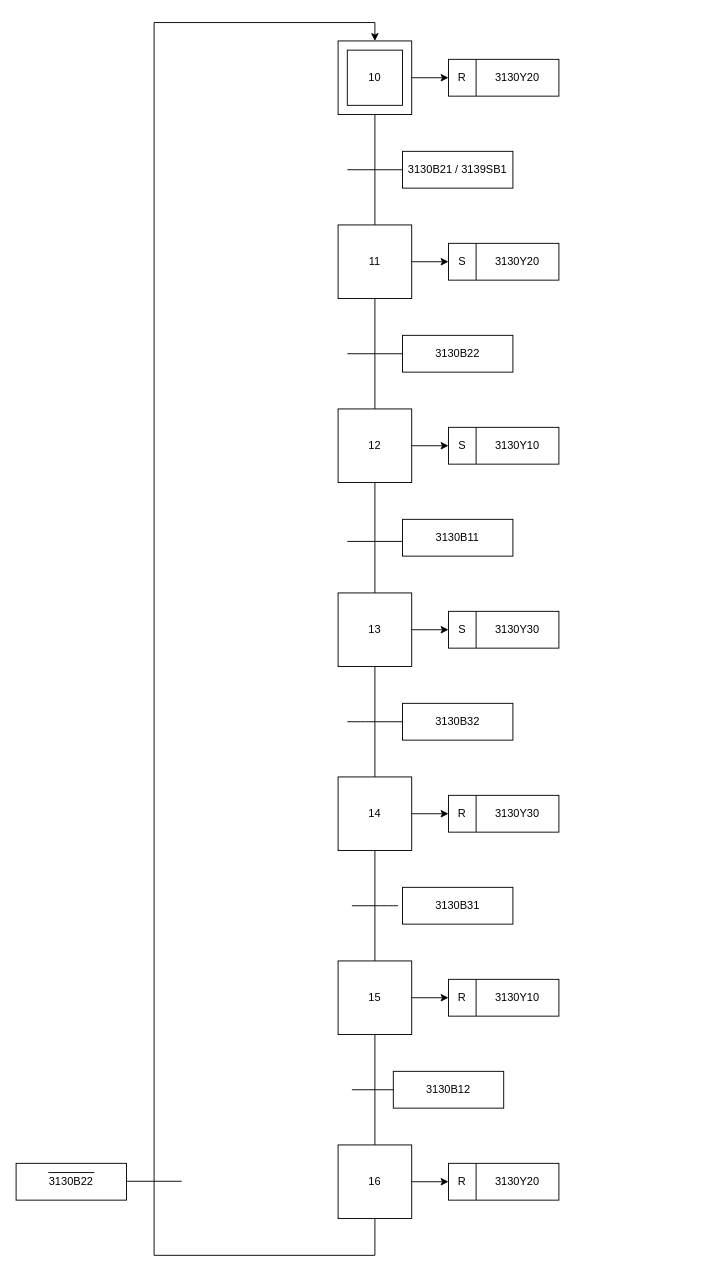
Before: project/docs/source/lines/line31/2020_2021/Grafcets/Estacao_30/PLC39 GRAFCET.drawio in FS45/fabiosanto-documentacao, a draw.io diagram. Source tidied: cells renumbered, new cells numbered last; positions are measured from the earlier drawing's top-left corner, leaving out a move shared by most shapes. Both pictures are drawn from the tidied source at 92%, with x=0, y=0 at pixel (16, 22).
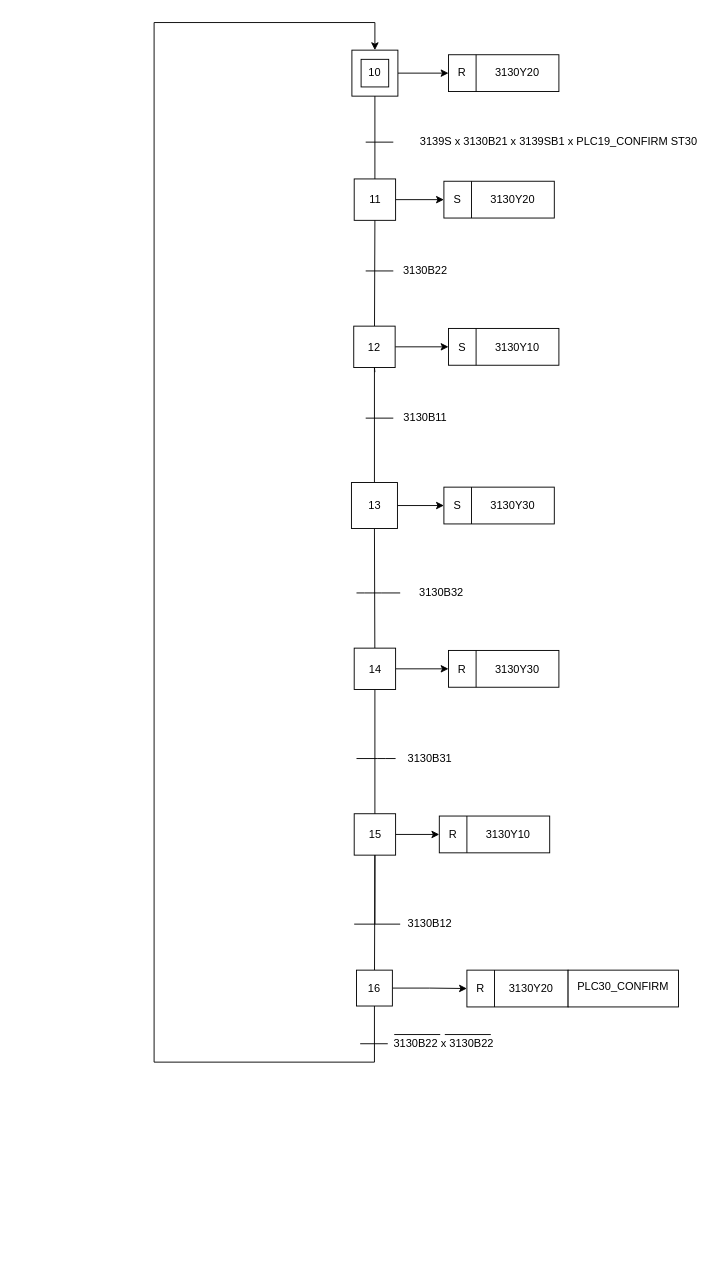
The same diagram, later.

The edit, as a diff of the source:
```diff
@@
     <mxCell id="3" style="whiteSpace=wrap;html=1;" parent="1" vertex="1">
-      <mxGeometry x="350" y="20" width="80" height="80" as="geometry" />
+      <mxGeometry x="365" y="30" width="50" height="50" as="geometry" />
     </mxCell>
     <mxCell id="4" value="10" style="whiteSpace=wrap;html=1;" parent="1" vertex="1">
-      <mxGeometry x="360" y="30" width="60" height="60" as="geometry" />
+      <mxGeometry x="375" y="40" width="30" height="30" as="geometry" />
     </mxCell>
     <mxCell id="5" style="endArrow=none;html=1;entryX=0.5;entryY=1;entryDx=0;entryDy=0;" parent="1" edge="1" target="3">
       <mxGeometry relative="1" as="geometry">
-        <mxPoint x="390" y="220" as="sourcePoint" />
+        <mxPoint x="390" y="190" as="sourcePoint" />
       </mxGeometry>
     </mxCell>
     <mxCell id="6" style="endArrow=none;html=1;" parent="1" edge="1">
       <mxGeometry relative="1" as="geometry">
-        <mxPoint x="360" y="160" as="sourcePoint" />
-        <mxPoint x="420" y="160" as="targetPoint" />
+        <mxPoint x="380" y="130" as="sourcePoint" />
+        <mxPoint x="410" y="130" as="targetPoint" />
       </mxGeometry>
     </mxCell>
@@
     <mxCell id="8" value="11" style="whiteSpace=wrap;html=1;" parent="1" vertex="1">
-      <mxGeometry x="350" y="220" width="80" height="80" as="geometry" />
+      <mxGeometry x="367.5" y="170" width="45" height="45" as="geometry" />
     </mxCell>
-    <mxCell id="9" style="endArrow=none;html=1;entryX=0.5;entryY=1;entryDx=0;entryDy=0;" parent="1" edge="1" target="8">
-      <mxGeometry relative="1" as="geometry">
-        <mxPoint x="390" y="420" as="sourcePoint" />
-      </mxGeometry>
+    <mxCell id="9" style="endArrow=none;html=1;entryX=0.5;entryY=1;entryDx=0;entryDy=0;startArrow=none;" parent="1" edge="1" source="12" target="8">
+      <mxGeometry relative="1" as="geometry" />
     </mxCell>
     <mxCell id="10" style="endArrow=none;html=1;" parent="1" edge="1">
       <mxGeometry relative="1" as="geometry">
-        <mxPoint x="360" y="360" as="sourcePoint" />
-        <mxPoint x="420" y="360" as="targetPoint" />
+        <mxPoint x="380" y="270" as="sourcePoint" />
+        <mxPoint x="410" y="270" as="targetPoint" />
       </mxGeometry>
     </mxCell>
@@
-    <mxCell id="12" value="12" style="whiteSpace=wrap;html=1;" parent="1" vertex="1">
-      <mxGeometry x="350" y="420" width="80" height="80" as="geometry" />
-    </mxCell>
-    <mxCell id="13" style="endArrow=none;html=1;entryX=0.5;entryY=1;entryDx=0;entryDy=0;" parent="1" edge="1" target="12">
-      <mxGeometry relative="1" as="geometry">
-        <mxPoint x="390" y="620" as="sourcePoint" />
-      </mxGeometry>
+    <mxCell id="13" style="endArrow=none;html=1;entryX=0.5;entryY=1;entryDx=0;entryDy=0;startArrow=none;" parent="1" edge="1" source="16" target="12">
+      <mxGeometry relative="1" as="geometry" />
     </mxCell>
     <mxCell id="14" style="endArrow=none;html=1;" parent="1" edge="1">
       <mxGeometry relative="1" as="geometry">
-        <mxPoint x="360" y="564" as="sourcePoint" />
-        <mxPoint x="420" y="564" as="targetPoint" />
+        <mxPoint x="380" y="430" as="sourcePoint" />
+        <mxPoint x="410" y="430" as="targetPoint" />
       </mxGeometry>
     </mxCell>
@@
-    <mxCell id="16" value="13" style="whiteSpace=wrap;html=1;" parent="1" vertex="1">
-      <mxGeometry x="350" y="620" width="80" height="80" as="geometry" />
-    </mxCell>
-    <mxCell id="17" style="endArrow=none;html=1;entryX=0.5;entryY=1;entryDx=0;entryDy=0;" parent="1" edge="1" target="16">
-      <mxGeometry relative="1" as="geometry">
-        <mxPoint x="390" y="820" as="sourcePoint" />
-      </mxGeometry>
+    <mxCell id="17" style="endArrow=none;html=1;entryX=0.5;entryY=1;entryDx=0;entryDy=0;startArrow=none;" parent="1" edge="1" source="19" target="16">
+      <mxGeometry relative="1" as="geometry" />
     </mxCell>
@@
-    <mxCell id="19" value="14" style="whiteSpace=wrap;html=1;" parent="1" vertex="1">
-      <mxGeometry x="350" y="820" width="80" height="80" as="geometry" />
-    </mxCell>
     <mxCell id="20" style="endArrow=none;html=1;entryX=0.5;entryY=1;entryDx=0;entryDy=0;" parent="1" edge="1" target="19">
       <mxGeometry relative="1" as="geometry">
-        <mxPoint x="390" y="1020" as="sourcePoint" />
+        <mxPoint x="390" y="980" as="sourcePoint" />
       </mxGeometry>
     </mxCell>
     <mxCell id="21" style="endArrow=none;html=1;" parent="1" edge="1">
       <mxGeometry relative="1" as="geometry">
-        <mxPoint x="365" y="960" as="sourcePoint" />
-        <mxPoint x="415" y="960" as="targetPoint" />
+        <mxPoint x="370" y="800" as="sourcePoint" />
+        <mxPoint x="412.5" y="800" as="targetPoint" />
         <Array as="points">
-          <mxPoint x="405" y="960" />
+          <mxPoint x="402.5" y="800" />
         </Array>
       </mxGeometry>
     </mxCell>
@@
     <mxCell id="23" value="15" style="whiteSpace=wrap;html=1;" parent="1" vertex="1">
-      <mxGeometry x="350" y="1020" width="80" height="80" as="geometry" />
+      <mxGeometry x="367.5" y="860" width="45" height="45" as="geometry" />
     </mxCell>
-    <mxCell id="24" style="endArrow=none;html=1;entryX=0.5;entryY=1;entryDx=0;entryDy=0;" parent="1" edge="1" target="23">
-      <mxGeometry relative="1" as="geometry">
-        <mxPoint x="390" y="1220" as="sourcePoint" />
-      </mxGeometry>
+    <mxCell id="24" style="endArrow=none;html=1;entryX=0.5;entryY=1;entryDx=0;entryDy=0;startArrow=none;" parent="1" edge="1" source="28" target="23">
+      <mxGeometry relative="1" as="geometry" />
     </mxCell>
     <mxCell id="25" style="endArrow=none;html=1;" parent="1" edge="1">
       <mxGeometry relative="1" as="geometry">
-        <mxPoint x="365" y="1160" as="sourcePoint" />
-        <mxPoint x="415" y="1160" as="targetPoint" />
+        <mxPoint x="367.5" y="980" as="sourcePoint" />
+        <mxPoint x="417.5" y="980" as="targetPoint" />
       </mxGeometry>
     </mxCell>
     <mxCell id="26" style="edgeStyle=orthogonalEdgeStyle;rounded=0;jettySize=auto;html=1;exitX=0.5;exitY=1;exitDx=0;exitDy=0;entryX=0.5;entryY=0;entryDx=0;entryDy=0;" parent="1" edge="1" source="28" target="3">
       <mxGeometry relative="1" as="geometry">
         <Array as="points">
-          <mxPoint x="390" y="1340" />
-          <mxPoint x="150" y="1340" />
+          <mxPoint x="390" y="1130" />
+          <mxPoint x="150" y="1130" />
           <mxPoint x="150" />
           <mxPoint x="390" />
         </Array>
       </mxGeometry>
     </mxCell>
@@
-    <mxCell id="28" value="16" style="whiteSpace=wrap;html=1;" parent="1" vertex="1">
-      <mxGeometry x="350" y="1220" width="80" height="80" as="geometry" />
-    </mxCell>
     <mxCell id="29" style="rounded=0;whiteSpace=wrap;html=1;" parent="1" vertex="1">
-      <mxGeometry x="470" y="40" width="120" height="40" as="geometry" />
+      <mxGeometry x="470" y="35" width="120" height="40" as="geometry" />
     </mxCell>
@@
     <mxCell id="31" value="R" style="text;html=1;strokeColor=none;fillColor=none;align=center;verticalAlign=middle;whiteSpace=wrap;rounded=0;" parent="1" vertex="1">
-      <mxGeometry x="470" y="40" width="30" height="40" as="geometry" />
+      <mxGeometry x="470" y="35" width="30" height="40" as="geometry" />
     </mxCell>
     <mxCell id="32" value="3130Y20" style="text;html=1;strokeColor=none;fillColor=none;align=center;verticalAlign=middle;whiteSpace=wrap;rounded=0;" parent="1" vertex="1">
-      <mxGeometry x="500" y="40" width="90" height="40" as="geometry" />
+      <mxGeometry x="500" y="35" width="90" height="40" as="geometry" />
     </mxCell>
     <mxCell id="33" style="rounded=0;whiteSpace=wrap;html=1;" parent="1" vertex="1">
-      <mxGeometry x="470" y="240" width="120" height="40" as="geometry" />
+      <mxGeometry x="465" y="172.5" width="120" height="40" as="geometry" />
     </mxCell>
@@
     <mxCell id="35" value="S" style="text;html=1;strokeColor=none;fillColor=none;align=center;verticalAlign=middle;whiteSpace=wrap;rounded=0;" parent="1" vertex="1">
-      <mxGeometry x="470" y="240" width="30" height="40" as="geometry" />
+      <mxGeometry x="465" y="172.5" width="30" height="40" as="geometry" />
     </mxCell>
     <mxCell id="36" value="3130Y20" style="text;html=1;strokeColor=none;fillColor=none;align=center;verticalAlign=middle;whiteSpace=wrap;rounded=0;" parent="1" vertex="1">
-      <mxGeometry x="500" y="240" width="90" height="40" as="geometry" />
+      <mxGeometry x="495" y="172.5" width="90" height="40" as="geometry" />
     </mxCell>
     <mxCell id="37" style="rounded=0;whiteSpace=wrap;html=1;" parent="1" vertex="1">
-      <mxGeometry x="470" y="440" width="120" height="40" as="geometry" />
+      <mxGeometry x="470" y="332.5" width="120" height="40" as="geometry" />
     </mxCell>
@@
     <mxCell id="39" value="S" style="text;html=1;strokeColor=none;fillColor=none;align=center;verticalAlign=middle;whiteSpace=wrap;rounded=0;" parent="1" vertex="1">
-      <mxGeometry x="470" y="440" width="30" height="40" as="geometry" />
+      <mxGeometry x="470" y="332.5" width="30" height="40" as="geometry" />
     </mxCell>
     <mxCell id="40" value="3130Y10" style="text;html=1;strokeColor=none;fillColor=none;align=center;verticalAlign=middle;whiteSpace=wrap;rounded=0;" parent="1" vertex="1">
-      <mxGeometry x="500" y="440" width="90" height="40" as="geometry" />
+      <mxGeometry x="500" y="332.5" width="90" height="40" as="geometry" />
     </mxCell>
     <mxCell id="41" style="rounded=0;whiteSpace=wrap;html=1;" parent="1" vertex="1">
-      <mxGeometry x="470" y="640" width="120" height="40" as="geometry" />
+      <mxGeometry x="465" y="505" width="120" height="40" as="geometry" />
     </mxCell>
     <mxCell id="42" style="endArrow=none;html=1;entryX=0.25;entryY=0;entryDx=0;entryDy=0;" parent="1" edge="1" target="41">
       <mxGeometry relative="1" as="geometry">
-        <mxPoint x="500" y="680" as="sourcePoint" />
+        <mxPoint x="495" y="545" as="sourcePoint" />
       </mxGeometry>
     </mxCell>
     <mxCell id="43" value="S" style="text;html=1;strokeColor=none;fillColor=none;align=center;verticalAlign=middle;whiteSpace=wrap;rounded=0;" parent="1" vertex="1">
-      <mxGeometry x="470" y="640" width="30" height="40" as="geometry" />
+      <mxGeometry x="465" y="505" width="30" height="40" as="geometry" />
     </mxCell>
     <mxCell id="44" value="3130Y30" style="text;html=1;strokeColor=none;fillColor=none;align=center;verticalAlign=middle;whiteSpace=wrap;rounded=0;" parent="1" vertex="1">
-      <mxGeometry x="500" y="640" width="90" height="40" as="geometry" />
+      <mxGeometry x="495" y="505" width="90" height="40" as="geometry" />
     </mxCell>
     <mxCell id="45" style="endArrow=none;html=1;" parent="1" edge="1">
       <mxGeometry relative="1" as="geometry">
-        <mxPoint x="360" y="760" as="sourcePoint" />
-        <mxPoint x="420" y="760" as="targetPoint" />
+        <mxPoint x="370" y="620" as="sourcePoint" />
+        <mxPoint x="417.5" y="620" as="targetPoint" />
         <Array as="points">
-          <mxPoint x="390" y="760" />
+          <mxPoint x="387.5" y="620" />
         </Array>
       </mxGeometry>
     </mxCell>
     <mxCell id="46" style="rounded=0;whiteSpace=wrap;html=1;" parent="1" vertex="1">
-      <mxGeometry x="470" y="840" width="120" height="40" as="geometry" />
+      <mxGeometry x="470" y="682.5" width="120" height="40" as="geometry" />
     </mxCell>
@@
     <mxCell id="48" value="R" style="text;html=1;strokeColor=none;fillColor=none;align=center;verticalAlign=middle;whiteSpace=wrap;rounded=0;" parent="1" vertex="1">
-      <mxGeometry x="470" y="840" width="30" height="40" as="geometry" />
+      <mxGeometry x="470" y="682.5" width="30" height="40" as="geometry" />
     </mxCell>
     <mxCell id="49" value="3130Y30" style="text;html=1;strokeColor=none;fillColor=none;align=center;verticalAlign=middle;whiteSpace=wrap;rounded=0;" parent="1" vertex="1">
-      <mxGeometry x="500" y="840" width="90" height="40" as="geometry" />
+      <mxGeometry x="500" y="682.5" width="90" height="40" as="geometry" />
     </mxCell>
     <mxCell id="50" style="rounded=0;whiteSpace=wrap;html=1;" parent="1" vertex="1">
-      <mxGeometry x="470" y="1040" width="120" height="40" as="geometry" />
+      <mxGeometry x="460" y="862.5" width="120" height="40" as="geometry" />
     </mxCell>
@@
     <mxCell id="52" value="R" style="text;html=1;strokeColor=none;fillColor=none;align=center;verticalAlign=middle;whiteSpace=wrap;rounded=0;" parent="1" vertex="1">
-      <mxGeometry x="470" y="1040" width="30" height="40" as="geometry" />
+      <mxGeometry x="460" y="862.5" width="30" height="40" as="geometry" />
     </mxCell>
     <mxCell id="53" value="3130Y10" style="text;html=1;strokeColor=none;fillColor=none;align=center;verticalAlign=middle;whiteSpace=wrap;rounded=0;" parent="1" vertex="1">
-      <mxGeometry x="500" y="1040" width="90" height="40" as="geometry" />
+      <mxGeometry x="490" y="862.5" width="90" height="40" as="geometry" />
     </mxCell>
     <mxCell id="54" style="rounded=0;whiteSpace=wrap;html=1;" parent="1" vertex="1">
-      <mxGeometry x="470" y="1240" width="120" height="40" as="geometry" />
+      <mxGeometry x="490" y="1030" width="110" height="40" as="geometry" />
     </mxCell>
-    <mxCell id="55" style="endArrow=none;html=1;entryX=0.25;entryY=0;entryDx=0;entryDy=0;exitX=0.25;exitY=1;exitDx=0;exitDy=0;" parent="1" edge="1" source="54" target="54">
+    <mxCell id="55" style="endArrow=none;html=1;entryX=1;entryY=0;entryDx=0;entryDy=0;exitX=1;exitY=1;exitDx=0;exitDy=0;" parent="1" edge="1" source="56" target="56">
       <mxGeometry relative="1" as="geometry" />
     </mxCell>
     <mxCell id="56" value="R" style="text;html=1;strokeColor=none;fillColor=none;align=center;verticalAlign=middle;whiteSpace=wrap;rounded=0;" parent="1" vertex="1">
-      <mxGeometry x="470" y="1240" width="30" height="40" as="geometry" />
+      <mxGeometry x="490" y="1030" width="30" height="40" as="geometry" />
     </mxCell>
     <mxCell id="57" value="3130Y20" style="text;html=1;strokeColor=none;fillColor=none;align=center;verticalAlign=middle;whiteSpace=wrap;rounded=0;" parent="1" vertex="1">
-      <mxGeometry x="500" y="1240" width="90" height="40" as="geometry" />
+      <mxGeometry x="520" y="1030" width="80" height="40" as="geometry" />
     </mxCell>
     <mxCell id="58" style="endArrow=none;html=1;" parent="1" edge="1">
       <mxGeometry relative="1" as="geometry">
-        <mxPoint x="120" y="1259.5" as="sourcePoint" />
-        <mxPoint x="180" y="1259.5" as="targetPoint" />
+        <mxPoint x="374" y="1110" as="sourcePoint" />
+        <mxPoint x="404" y="1110" as="targetPoint" />
       </mxGeometry>
     </mxCell>
-    <mxCell id="59" style="rounded=0;whiteSpace=wrap;html=1;" parent="1" vertex="1">
-      <mxGeometry x="420" y="140" width="120" height="40" as="geometry" />
-    </mxCell>
-    <mxCell id="60" value="3130B21 / 3139SB1" style="text;html=1;strokeColor=none;fillColor=none;align=center;verticalAlign=middle;whiteSpace=wrap;rounded=0;" parent="1" vertex="1">
-      <mxGeometry x="420" y="140" width="120" height="40" as="geometry" />
-    </mxCell>
-    <mxCell id="61" style="rounded=0;whiteSpace=wrap;html=1;" parent="1" vertex="1">
-      <mxGeometry x="420" y="340" width="120" height="40" as="geometry" />
-    </mxCell>
-    <mxCell id="62" value="3130B22" style="text;html=1;strokeColor=none;fillColor=none;align=center;verticalAlign=middle;whiteSpace=wrap;rounded=0;" parent="1" vertex="1">
-      <mxGeometry x="420" y="340" width="120" height="40" as="geometry" />
-    </mxCell>
-    <mxCell id="63" style="rounded=0;whiteSpace=wrap;html=1;" parent="1" vertex="1">
-      <mxGeometry x="420" y="540" width="120" height="40" as="geometry" />
-    </mxCell>
-    <mxCell id="64" value="3130B11" style="text;html=1;strokeColor=none;fillColor=none;align=center;verticalAlign=middle;whiteSpace=wrap;rounded=0;" parent="1" vertex="1">
-      <mxGeometry x="420" y="540" width="120" height="40" as="geometry" />
-    </mxCell>
-    <mxCell id="65" style="rounded=0;whiteSpace=wrap;html=1;" parent="1" vertex="1">
-      <mxGeometry x="420" y="740" width="120" height="40" as="geometry" />
-    </mxCell>
     <mxCell id="66" value="3130B32" style="text;html=1;strokeColor=none;fillColor=none;align=center;verticalAlign=middle;whiteSpace=wrap;rounded=0;" parent="1" vertex="1">
-      <mxGeometry x="420" y="740" width="120" height="40" as="geometry" />
+      <mxGeometry x="410" y="600" width="105" height="40" as="geometry" />
     </mxCell>
-    <mxCell id="67" style="rounded=0;whiteSpace=wrap;html=1;" parent="1" vertex="1">
-      <mxGeometry x="420" y="940" width="120" height="40" as="geometry" />
-    </mxCell>
     <mxCell id="68" value="3130B31" style="text;html=1;strokeColor=none;fillColor=none;align=center;verticalAlign=middle;whiteSpace=wrap;rounded=0;" parent="1" vertex="1">
-      <mxGeometry x="420" y="940" width="120" height="40" as="geometry" />
+      <mxGeometry x="390" y="780" width="120" height="40" as="geometry" />
     </mxCell>
-    <mxCell id="69" style="rounded=0;whiteSpace=wrap;html=1;" parent="1" vertex="1">
-      <mxGeometry x="410" y="1140" width="120" height="40" as="geometry" />
-    </mxCell>
     <mxCell id="70" value="3130B12" style="text;html=1;strokeColor=none;fillColor=none;align=center;verticalAlign=middle;whiteSpace=wrap;rounded=0;" parent="1" vertex="1">
-      <mxGeometry x="410" y="1140" width="120" height="40" as="geometry" />
+      <mxGeometry x="390" y="960" width="120" height="40" as="geometry" />
     </mxCell>
-    <mxCell id="71" style="rounded=0;whiteSpace=wrap;html=1;" parent="1" vertex="1">
-      <mxGeometry y="1240" width="120" height="40" as="geometry" />
-    </mxCell>
-    <mxCell id="72" value="3130B22" style="text;html=1;strokeColor=none;fillColor=none;align=center;verticalAlign=middle;whiteSpace=wrap;rounded=0;" parent="1" vertex="1">
-      <mxGeometry y="1240" width="120" height="40" as="geometry" />
+    <mxCell id="72" value="3130B22 x 3130B22" style="text;html=1;strokeColor=none;fillColor=none;align=center;verticalAlign=middle;whiteSpace=wrap;rounded=0;" parent="1" vertex="1">
+      <mxGeometry x="405" y="1090" width="120" height="40" as="geometry" />
     </mxCell>
     <mxCell id="73" style="endArrow=none;html=1;" parent="1" edge="1">
       <mxGeometry relative="1" as="geometry">
-        <mxPoint x="35" y="1250" as="sourcePoint" />
-        <mxPoint x="85" y="1250" as="targetPoint" />
+        <mxPoint x="411" y="1100" as="sourcePoint" />
+        <mxPoint x="461" y="1100" as="targetPoint" />
       </mxGeometry>
     </mxCell>
+    <mxCell id="74" value="3139S x 3130B21 x 3139SB1 x PLC19_CONFIRM ST30" style="text;html=1;strokeColor=none;fillColor=none;align=center;verticalAlign=middle;whiteSpace=wrap;rounded=0;" parent="1" vertex="1">
+      <mxGeometry x="430" y="120" width="320" height="20" as="geometry" />
+    </mxCell>
+    <mxCell id="62" value="3130B22" style="text;html=1;strokeColor=none;fillColor=none;align=center;verticalAlign=middle;whiteSpace=wrap;rounded=0;" parent="1" vertex="1">
+      <mxGeometry x="405" y="260" width="80" height="20" as="geometry" />
+    </mxCell>
+    <mxCell id="64" value="3130B11" style="text;html=1;strokeColor=none;fillColor=none;align=center;verticalAlign=middle;whiteSpace=wrap;rounded=0;" parent="1" vertex="1">
+      <mxGeometry x="405" y="420" width="80" height="20" as="geometry" />
+    </mxCell>
+    <mxCell id="75" style="rounded=0;whiteSpace=wrap;html=1;" parent="1" vertex="1">
+      <mxGeometry x="600" y="1030" width="120" height="40" as="geometry" />
+    </mxCell>
+    <mxCell id="76" value="PLC30_CONFIRM" style="text;html=1;strokeColor=none;fillColor=none;align=center;verticalAlign=middle;whiteSpace=wrap;rounded=0;" parent="1" vertex="1">
+      <mxGeometry x="600" y="1030.5" width="120" height="35" as="geometry" />
+    </mxCell>
+    <mxCell id="77" style="endArrow=none;html=1;" parent="1" edge="1">
+      <mxGeometry relative="1" as="geometry">
+        <mxPoint x="466" y="1100" as="sourcePoint" />
+        <mxPoint x="516" y="1100" as="targetPoint" />
+      </mxGeometry>
+    </mxCell>
+    <mxCell id="16" value="13" style="whiteSpace=wrap;html=1;" parent="1" vertex="1">
+      <mxGeometry x="364.5" y="500" width="50" height="50" as="geometry" />
+    </mxCell>
+    <mxCell id="19" value="14" style="whiteSpace=wrap;html=1;" parent="1" vertex="1">
+      <mxGeometry x="367.5" y="680" width="45" height="45" as="geometry" />
+    </mxCell>
+    <mxCell id="12" value="12" style="whiteSpace=wrap;html=1;" parent="1" vertex="1">
+      <mxGeometry x="367" y="330" width="45" height="45" as="geometry" />
+    </mxCell>
+    <mxCell id="78" style="endArrow=none;html=1;entryX=0.5;entryY=1;entryDx=0;entryDy=0;" parent="1" edge="1" target="12">
+      <mxGeometry relative="1" as="geometry">
+        <mxPoint x="390" y="380" as="sourcePoint" />
+      </mxGeometry>
+    </mxCell>
+    <mxCell id="28" value="16" style="whiteSpace=wrap;html=1;" parent="1" vertex="1">
+      <mxGeometry x="370" y="1030" width="39" height="39" as="geometry" />
+    </mxCell>
```
